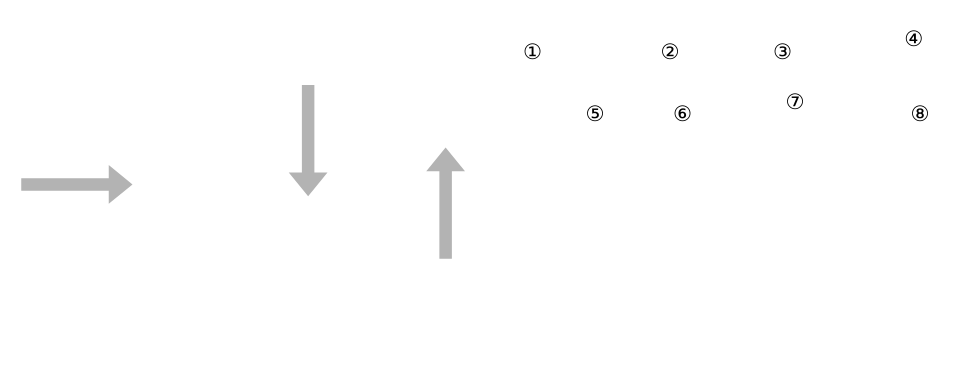
Above: page "素材库" (1 of 6) of NQI设计文档图.drawio in daomengRen/graph (draw.io), before the change. Source tidied: cells renumbered, new cells numbered last; positions are measured from the earlier drawing's top-left corner, leaving out a move shared by most shapes. Both pictures are drawn from the tidied source at 125%, with x=0, y=0 at pixel (20, 21).
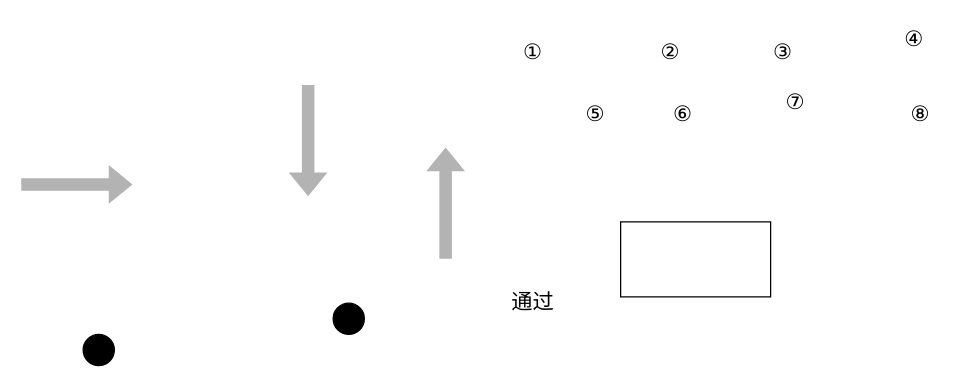
The same page after the edit.

What changed in the source:
```diff
@@
+    <mxCell id="13" style="ellipse;fillColor=strokeColor;html=1;fontSize=15;" parent="1" vertex="1">
+      <mxGeometry x="50" y="250" width="25" height="25" as="geometry" />
+    </mxCell>
+    <mxCell id="14" style="ellipse;fillColor=strokeColor;html=1;fontSize=15;" parent="1" vertex="1">
+      <mxGeometry x="250" y="225" width="25" height="25" as="geometry" />
+    </mxCell>
+    <mxCell id="15" style="rounded=0;whiteSpace=wrap;html=1;fontSize=15;" parent="1" vertex="1">
+      <mxGeometry x="480" y="160" width="120" height="60" as="geometry" />
+    </mxCell>
+    <mxCell id="16" value="通过" style="text;html=1;strokeColor=none;fillColor=none;align=center;verticalAlign=middle;whiteSpace=wrap;rounded=0;strokeWidth=1;fontSize=17;" parent="1" vertex="1">
+      <mxGeometry x="380" y="210" width="60" height="30" as="geometry" />
+    </mxCell>
```
